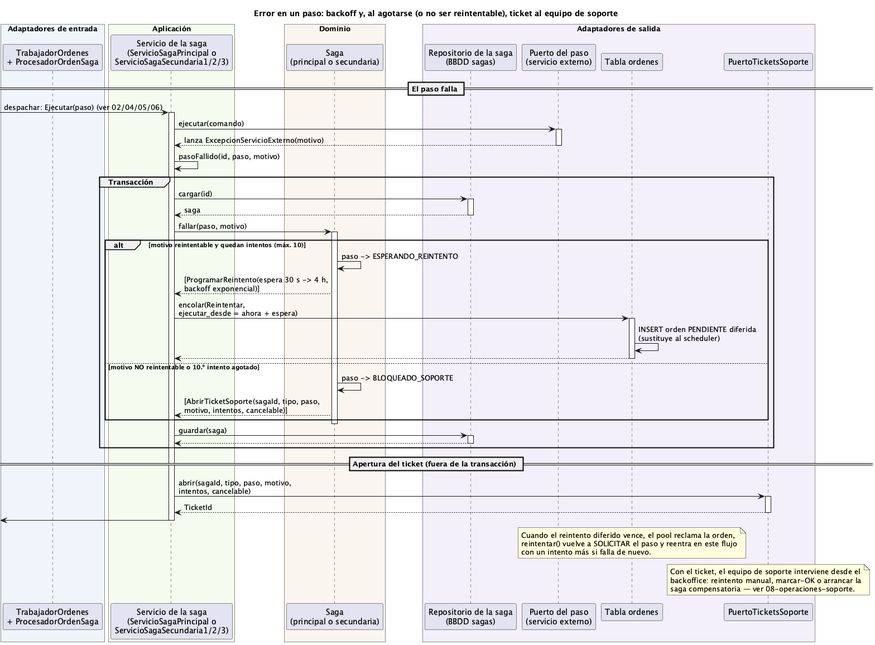
This is order-manager/docs/07-error-ticket-soporte.png from ralcazar/patrones, a PlantUML export, as it was before one commit.
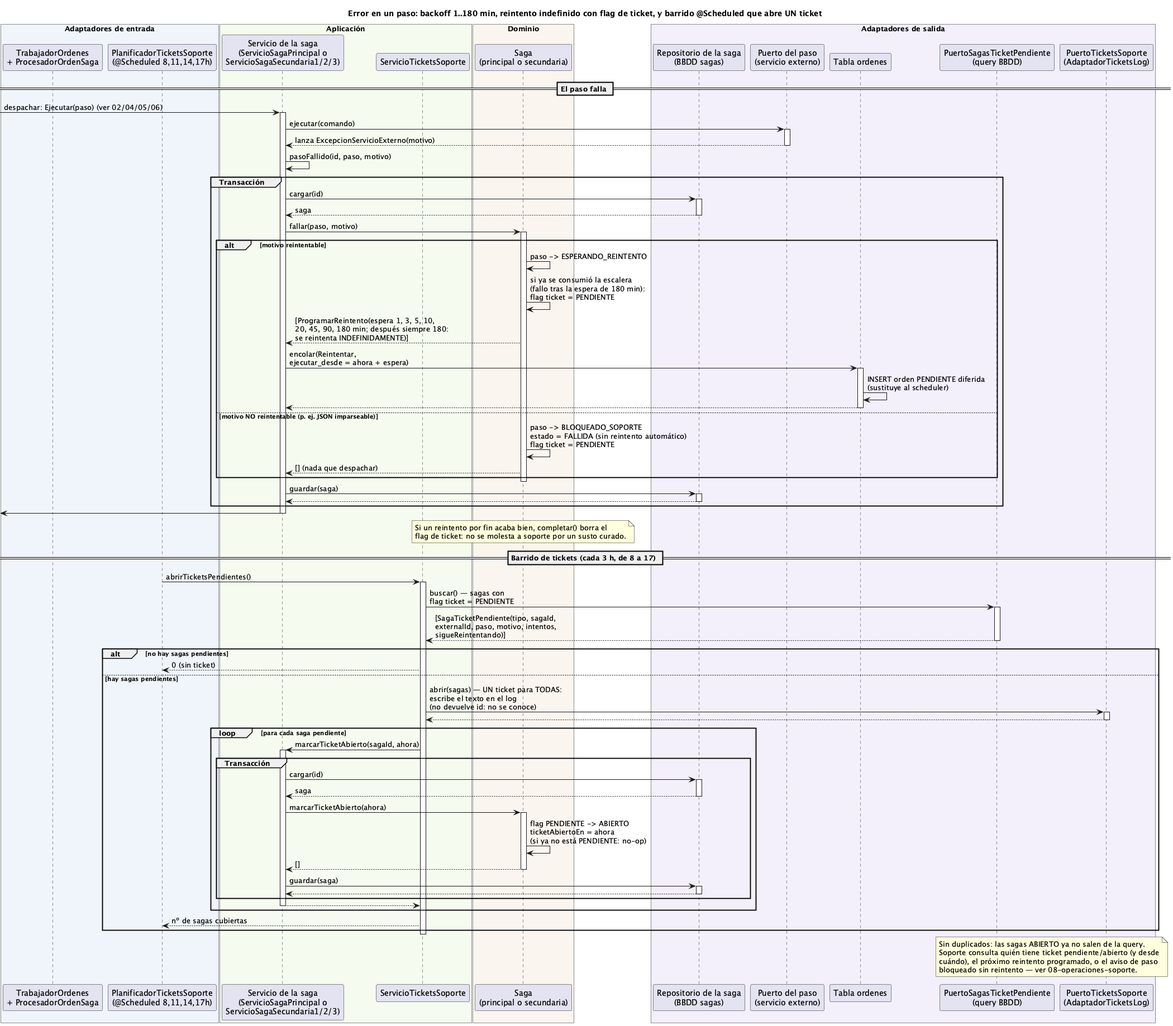
Later version of the same file.

What changed in the source:
```diff
@@ -1,11 +1,13 @@
 @startuml 07-error-ticket-soporte
-title Error en un paso: backoff y, al agotarse (o no ser reintentable), ticket al equipo de soporte
+title Error en un paso: backoff 1..180 min, reintento indefinido con flag de ticket, y barrido @Scheduled que abre UN ticket
 
 box "Adaptadores de entrada" #EFF5FB
   participant "TrabajadorOrdenes\n+ ProcesadorOrdenSaga" as TRAB
+  participant "PlanificadorTicketsSoporte\n(@Scheduled 8,11,14,17h)" as PLAN
 end box
 box "Aplicación" #F5FBEF
   participant "Servicio de la saga\n(ServicioSagaPrincipal o\nServicioSagaSecundaria1/2/3)" as SVC
+  participant "ServicioTicketsSoporte" as STICK
 end box
 box "Dominio" #FBF5EF
   participant "Saga\n(principal o secundaria)" as SAGA
@@ -14,7 +16,8 @@
   participant "Repositorio de la saga\n(BBDD sagas)" as REPO
   participant "Puerto del paso\n(servicio externo)" as PASO
   participant "Tabla ordenes" as ORD
-  participant "PuertoTicketsSoporte" as TICK
+  participant "PuertoSagasTicketPendiente\n(query BBDD)" as PPEND
+  participant "PuertoTicketsSoporte\n(AdaptadorTicketsLog)" as TICK
 end box
 
 == El paso falla ==
@@ -28,35 +31,59 @@
   SVC -> REPO ++ : cargar(id)
   return saga
   SVC -> SAGA ++ : fallar(paso, motivo)
-  alt motivo reintentable y quedan intentos (máx. 10)
+  alt motivo reintentable
     SAGA -> SAGA : paso -> ESPERANDO_REINTENTO
-    SAGA --> SVC : [ProgramarReintento(espera 30 s -> 4 h,\nbackoff exponencial)]
+    SAGA -> SAGA : si ya se consumió la escalera\n(fallo tras la espera de 180 min):\nflag ticket = PENDIENTE
+    SAGA --> SVC : [ProgramarReintento(espera 1, 3, 5, 10,\n20, 45, 90, 180 min; después siempre 180:\nse reintenta INDEFINIDAMENTE)]
     SVC -> ORD ++ : encolar(Reintentar,\nejecutar_desde = ahora + espera)
     ORD -> ORD : INSERT orden PENDIENTE diferida\n(sustituye al scheduler)
     return
-  else motivo NO reintentable o 10.º intento agotado
-    SAGA -> SAGA : paso -> BLOQUEADO_SOPORTE
-    SAGA --> SVC : [AbrirTicketSoporte(sagaId, tipo, paso,\nmotivo, intentos, cancelable)]
+  else motivo NO reintentable (p. ej. JSON imparseable)
+    SAGA -> SAGA : paso -> BLOQUEADO_SOPORTE\nestado = FALLIDA (sin reintento automático)\nflag ticket = PENDIENTE
+    SAGA --> SVC : [] (nada que despachar)
   end
   deactivate SAGA
   SVC -> REPO ++ : guardar(saga)
   return
 end
-
-== Apertura del ticket (fuera de la transacción) ==
-SVC -> TICK ++ : abrir(sagaId, tipo, paso, motivo,\nintentos, cancelable)
-return TicketId
 [<- SVC
 deactivate SVC
 
-note over ORD
-  Cuando el reintento diferido vence, el pool reclama la orden,
-  reintentar() vuelve a SOLICITAR el paso y reentra en este flujo
-  con un intento más si falla de nuevo.
+note over SAGA
+  Si un reintento por fin acaba bien, completar() borra el
+  flag de ticket: no se molesta a soporte por un susto curado.
 end note
-note over TICK
-  Con el ticket, el equipo de soporte interviene desde el
-  backoffice: reintento manual, marcar-OK o arrancar la
-  saga compensatoria — ver 08-operaciones-soporte.
+
+== Barrido de tickets (cada 3 h, de 8 a 17) ==
+PLAN -> STICK ++ : abrirTicketsPendientes()
+STICK -> PPEND ++ : buscar() — sagas con\nflag ticket = PENDIENTE
+return [SagaTicketPendiente(tipo, sagaId,\nexternalId, paso, motivo, intentos,\nsigueReintentando)]
+alt no hay sagas pendientes
+  STICK --> PLAN : 0 (sin ticket)
+else hay sagas pendientes
+  STICK -> TICK ++ : abrir(sagas) — UN ticket para TODAS:\nescribe el texto en el log\n(no devuelve id: no se conoce)
+  return
+  loop para cada saga pendiente
+    STICK -> SVC ++ : marcarTicketAbierto(sagaId, ahora)
+    group Transacción
+      SVC -> REPO ++ : cargar(id)
+      return saga
+      SVC -> SAGA ++ : marcarTicketAbierto(ahora)
+      SAGA -> SAGA : flag PENDIENTE -> ABIERTO\nticketAbiertoEn = ahora\n(si ya no está PENDIENTE: no-op)
+      return []
+      SVC -> REPO ++ : guardar(saga)
+      return
+    end
+    return
+  end
+  STICK --> PLAN : nº de sagas cubiertas
+end
+deactivate STICK
+
+note over PPEND, TICK
+  Sin duplicados: las sagas ABIERTO ya no salen de la query.
+  Soporte consulta quién tiene ticket pendiente/abierto (y desde
+  cuándo), el próximo reintento programado, o el aviso de paso
+  bloqueado sin reintento — ver 08-operaciones-soporte.
 end note
 @enduml
```
